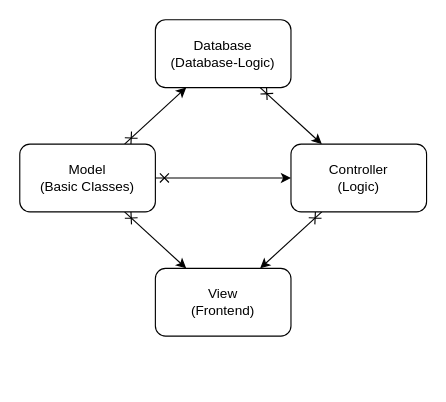
Above: dev/models/raw/MVC+.drawio in callidaria/pen-testing (draw.io), before the change. Source tidied: cells renumbered, new cells numbered last; positions are measured from the earlier drawing's top-left corner, leaving out a move shared by most shapes. Both pictures are drawn from the tidied source at 113%, with x=0, y=0 at pixel (19, 19).
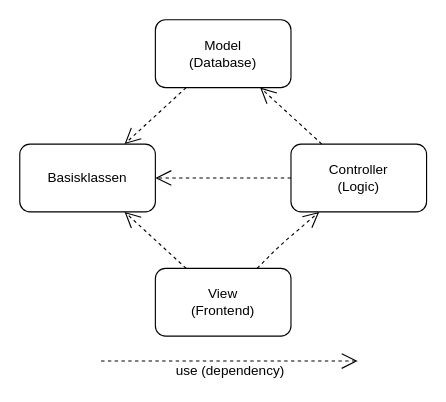
The same diagram, later.

What changed in the source:
```diff
@@
 <mxGraphModel>
   <root>
     <mxCell id="0" />
     <mxCell id="1" parent="0" />
     <mxCell id="2" value="View&lt;br&gt;(Frontend)" style="rounded=1;whiteSpace=wrap;html=1;" parent="1" vertex="1">
       <mxGeometry x="120" y="220" width="120" height="60" as="geometry" />
     </mxCell>
-    <mxCell id="3" style="edgeStyle=none;rounded=0;jettySize=auto;html=1;startArrow=cross;startFill=0;" parent="1" edge="1" source="4" target="10">
-      <mxGeometry relative="1" as="geometry" />
-    </mxCell>
-    <mxCell id="4" value="Database&lt;br&gt;(Database-Logic)" style="rounded=1;whiteSpace=wrap;html=1;" parent="1" vertex="1">
+    <mxCell id="4" value="Model&lt;br&gt;(Database)" style="rounded=1;whiteSpace=wrap;html=1;" parent="1" vertex="1">
       <mxGeometry x="120" width="120" height="60" as="geometry" />
     </mxCell>
-    <mxCell id="5" style="edgeStyle=none;rounded=0;jettySize=auto;html=1;exitX=1;exitY=0.5;exitDx=0;exitDy=0;startArrow=cross;startFill=0;" parent="1" edge="1" source="8" target="10">
-      <mxGeometry relative="1" as="geometry" />
-    </mxCell>
-    <mxCell id="6" style="edgeStyle=none;rounded=0;jettySize=auto;html=1;startArrow=cross;startFill=0;" parent="1" edge="1" source="8" target="4">
-      <mxGeometry relative="1" as="geometry" />
-    </mxCell>
-    <mxCell id="7" style="edgeStyle=none;rounded=0;jettySize=auto;html=1;startArrow=cross;startFill=0;" parent="1" edge="1" source="8" target="2">
-      <mxGeometry relative="1" as="geometry" />
-    </mxCell>
-    <mxCell id="8" value="Model&lt;br&gt;(Basic Classes)" style="rounded=1;whiteSpace=wrap;html=1;" parent="1" vertex="1">
+    <mxCell id="8" value="Basisklassen" style="rounded=1;whiteSpace=wrap;html=1;" parent="1" vertex="1">
       <mxGeometry y="110" width="120" height="60" as="geometry" />
     </mxCell>
-    <mxCell id="9" style="edgeStyle=none;rounded=0;jettySize=auto;html=1;startArrow=cross;startFill=0;" parent="1" edge="1" source="10" target="2">
-      <mxGeometry relative="1" as="geometry" />
-    </mxCell>
     <mxCell id="10" value="Controller&lt;br&gt;(Logic)" style="rounded=1;whiteSpace=wrap;html=1;" parent="1" vertex="1">
       <mxGeometry x="240" y="110" width="120" height="60" as="geometry" />
     </mxCell>
+    <mxCell id="11" style="endArrow=open;endSize=12;dashed=1;html=1;" parent="1" edge="1" source="2" target="10">
+      <mxGeometry relative="1" as="geometry">
+        <Array as="points">
+          <mxPoint x="230" y="200" />
+        </Array>
+      </mxGeometry>
+    </mxCell>
+    <mxCell id="12" style="endArrow=open;endSize=12;dashed=1;html=1;" parent="1" edge="1" source="10" target="4">
+      <mxGeometry relative="1" as="geometry" />
+    </mxCell>
+    <mxCell id="13" style="endArrow=open;endSize=12;dashed=1;html=1;" parent="1" edge="1" source="4" target="8">
+      <mxGeometry relative="1" as="geometry" />
+    </mxCell>
+    <mxCell id="14" style="endArrow=open;endSize=12;dashed=1;html=1;" parent="1" edge="1" source="2" target="8">
+      <mxGeometry relative="1" as="geometry" />
+    </mxCell>
+    <mxCell id="15" style="endArrow=open;endSize=12;dashed=1;html=1;" parent="1" edge="1" source="10" target="8">
+      <mxGeometry relative="1" as="geometry" />
+    </mxCell>
+    <mxCell id="16" style="endArrow=open;endSize=12;dashed=1;html=1;" parent="1" edge="1">
+      <mxGeometry relative="1" as="geometry">
+        <mxPoint x="72" y="302" as="sourcePoint" />
+        <mxPoint x="299" y="302" as="targetPoint" />
+      </mxGeometry>
+    </mxCell>
+    <mxCell id="17" value="use (dependency)" style="text;html=1;align=center;verticalAlign=middle;" parent="1" vertex="1">
+      <mxGeometry x="131" y="301" width="110" height="20" as="geometry" />
+    </mxCell>
   </root>
 </mxGraphModel>
```
